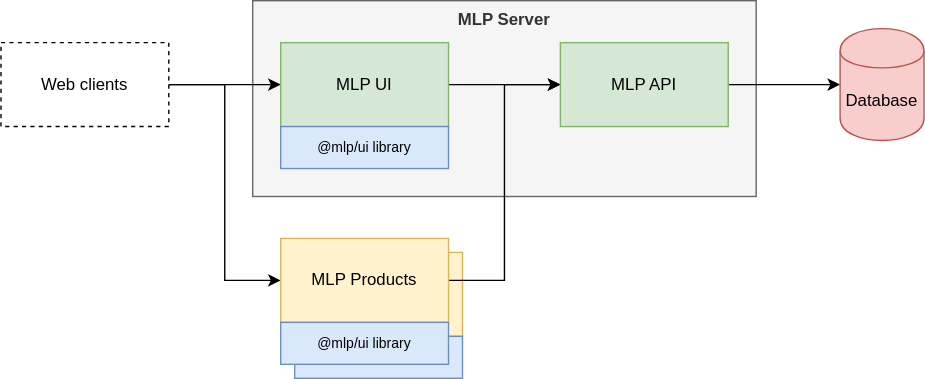
This is docs/diagrams/architecture_overview.drawio.svg from caraml-dev/mlp, a draw.io export, as it was before one commit. Source tidied: cells renumbered, new cells last; positions are measured from the earlier drawing's top-left corner, leaving out a move shared by most shapes. Source of this version:
```xml
<mxGraphModel>
  <root>
    <mxCell id="0" />
    <mxCell id="1" parent="0" />
    <mxCell id="2" style="group;" parent="1" vertex="1">
      <mxGeometry x="210" y="180" width="120" height="90" as="geometry" />
    </mxCell>
    <mxCell id="3" style="rounded=0;whiteSpace=wrap;html=1;fillColor=#fff2cc;strokeColor=#d6b656;" parent="2" vertex="1">
      <mxGeometry width="120" height="60" as="geometry" />
    </mxCell>
    <mxCell id="4" style="rounded=0;whiteSpace=wrap;html=1;fontSize=10;fillColor=#dae8fc;strokeColor=#6c8ebf;" parent="2" vertex="1">
      <mxGeometry y="60" width="120" height="30" as="geometry" />
    </mxCell>
    <mxCell id="5" value="&lt;b&gt;MLP Server&lt;/b&gt;" style="rounded=0;whiteSpace=wrap;html=1;fillColor=#f5f5f5;strokeColor=#666666;fontColor=#333333;verticalAlign=top;" parent="1" vertex="1">
      <mxGeometry x="180" width="360" height="140" as="geometry" />
    </mxCell>
    <mxCell id="6" style="edgeStyle=orthogonalEdgeStyle;rounded=0;jettySize=auto;html=1;" parent="1" edge="1" source="8" target="10">
      <mxGeometry relative="1" as="geometry" />
    </mxCell>
    <mxCell id="7" style="edgeStyle=orthogonalEdgeStyle;rounded=0;jettySize=auto;html=1;entryX=0;entryY=0.5;entryDx=0;entryDy=0;" parent="1" edge="1" source="8" target="16">
      <mxGeometry relative="1" as="geometry" />
    </mxCell>
    <mxCell id="8" value="Web clients" style="rounded=0;whiteSpace=wrap;html=1;dashed=1;" parent="1" vertex="1">
      <mxGeometry y="30" width="120" height="60" as="geometry" />
    </mxCell>
    <mxCell id="9" style="edgeStyle=orthogonalEdgeStyle;rounded=0;jettySize=auto;html=1;" parent="1" edge="1" source="10" target="12">
      <mxGeometry relative="1" as="geometry" />
    </mxCell>
    <mxCell id="10" value="MLP UI" style="rounded=0;whiteSpace=wrap;html=1;fillColor=#d5e8d4;strokeColor=#82b366;" parent="1" vertex="1">
      <mxGeometry x="200" y="30" width="120" height="60" as="geometry" />
    </mxCell>
    <mxCell id="11" style="edgeStyle=orthogonalEdgeStyle;rounded=0;jettySize=auto;html=1;entryX=0;entryY=0.5;entryDx=0;entryDy=0;" parent="1" edge="1" source="12" target="13">
      <mxGeometry relative="1" as="geometry" />
    </mxCell>
    <mxCell id="12" value="MLP API" style="rounded=0;whiteSpace=wrap;html=1;fillColor=#d5e8d4;strokeColor=#82b366;" parent="1" vertex="1">
      <mxGeometry x="400" y="30" width="120" height="60" as="geometry" />
    </mxCell>
    <mxCell id="13" value="Database" style="shape=cylinder;whiteSpace=wrap;html=1;boundedLbl=1;backgroundOutline=1;fillColor=#f8cecc;strokeColor=#b85450;" parent="1" vertex="1">
      <mxGeometry x="600" y="20" width="60" height="80" as="geometry" />
    </mxCell>
    <mxCell id="14" value="@mlp/ui library" style="rounded=0;whiteSpace=wrap;html=1;fontSize=10;fillColor=#dae8fc;strokeColor=#6c8ebf;" parent="1" vertex="1">
      <mxGeometry x="200" y="90" width="120" height="30" as="geometry" />
    </mxCell>
    <mxCell id="15" style="edgeStyle=orthogonalEdgeStyle;rounded=0;jettySize=auto;html=1;entryX=0;entryY=0.5;entryDx=0;entryDy=0;" parent="1" edge="1" source="16" target="12">
      <mxGeometry relative="1" as="geometry" />
    </mxCell>
    <mxCell id="16" value="MLP Products" style="rounded=0;whiteSpace=wrap;html=1;fillColor=#fff2cc;strokeColor=#d6b656;" parent="1" vertex="1">
      <mxGeometry x="200" y="170" width="120" height="60" as="geometry" />
    </mxCell>
    <mxCell id="17" value="@mlp/ui library" style="rounded=0;whiteSpace=wrap;html=1;fontSize=10;fillColor=#dae8fc;strokeColor=#6c8ebf;" parent="1" vertex="1">
      <mxGeometry x="200" y="230" width="120" height="30" as="geometry" />
    </mxCell>
  </root>
</mxGraphModel>
```
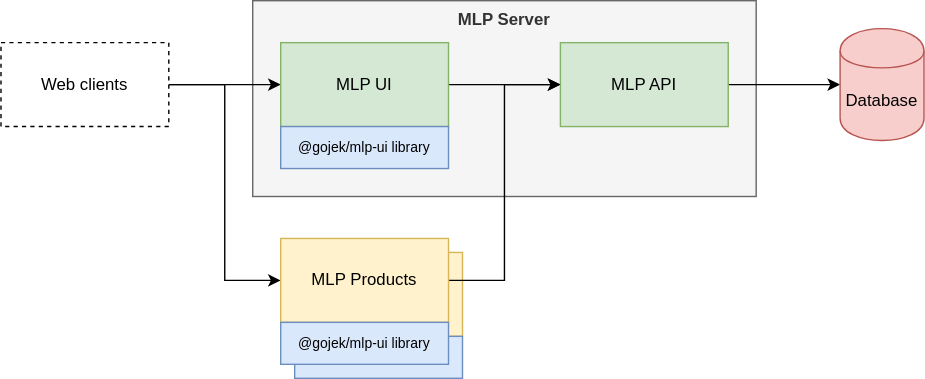
After the commit.

Diff of the diagram source:
```diff
@@ -38,7 +38,7 @@
     <mxCell id="13" value="Database" style="shape=cylinder;whiteSpace=wrap;html=1;boundedLbl=1;backgroundOutline=1;fillColor=#f8cecc;strokeColor=#b85450;" parent="1" vertex="1">
       <mxGeometry x="600" y="20" width="60" height="80" as="geometry" />
     </mxCell>
-    <mxCell id="14" value="@mlp/ui library" style="rounded=0;whiteSpace=wrap;html=1;fontSize=10;fillColor=#dae8fc;strokeColor=#6c8ebf;" parent="1" vertex="1">
+    <mxCell id="14" value="@gojek/mlp-ui library" style="rounded=0;whiteSpace=wrap;html=1;fontSize=10;fillColor=#dae8fc;strokeColor=#6c8ebf;" parent="1" vertex="1">
       <mxGeometry x="200" y="90" width="120" height="30" as="geometry" />
     </mxCell>
     <mxCell id="15" style="edgeStyle=orthogonalEdgeStyle;rounded=0;jettySize=auto;html=1;entryX=0;entryY=0.5;entryDx=0;entryDy=0;" parent="1" edge="1" source="16" target="12">
@@ -47,7 +47,7 @@
     <mxCell id="16" value="MLP Products" style="rounded=0;whiteSpace=wrap;html=1;fillColor=#fff2cc;strokeColor=#d6b656;" parent="1" vertex="1">
       <mxGeometry x="200" y="170" width="120" height="60" as="geometry" />
     </mxCell>
-    <mxCell id="17" value="@mlp/ui library" style="rounded=0;whiteSpace=wrap;html=1;fontSize=10;fillColor=#dae8fc;strokeColor=#6c8ebf;" parent="1" vertex="1">
+    <mxCell id="17" value="@gojek/mlp-ui library" style="rounded=0;whiteSpace=wrap;html=1;fontSize=10;fillColor=#dae8fc;strokeColor=#6c8ebf;" parent="1" vertex="1">
       <mxGeometry x="200" y="230" width="120" height="30" as="geometry" />
     </mxCell>
   </root>
```
